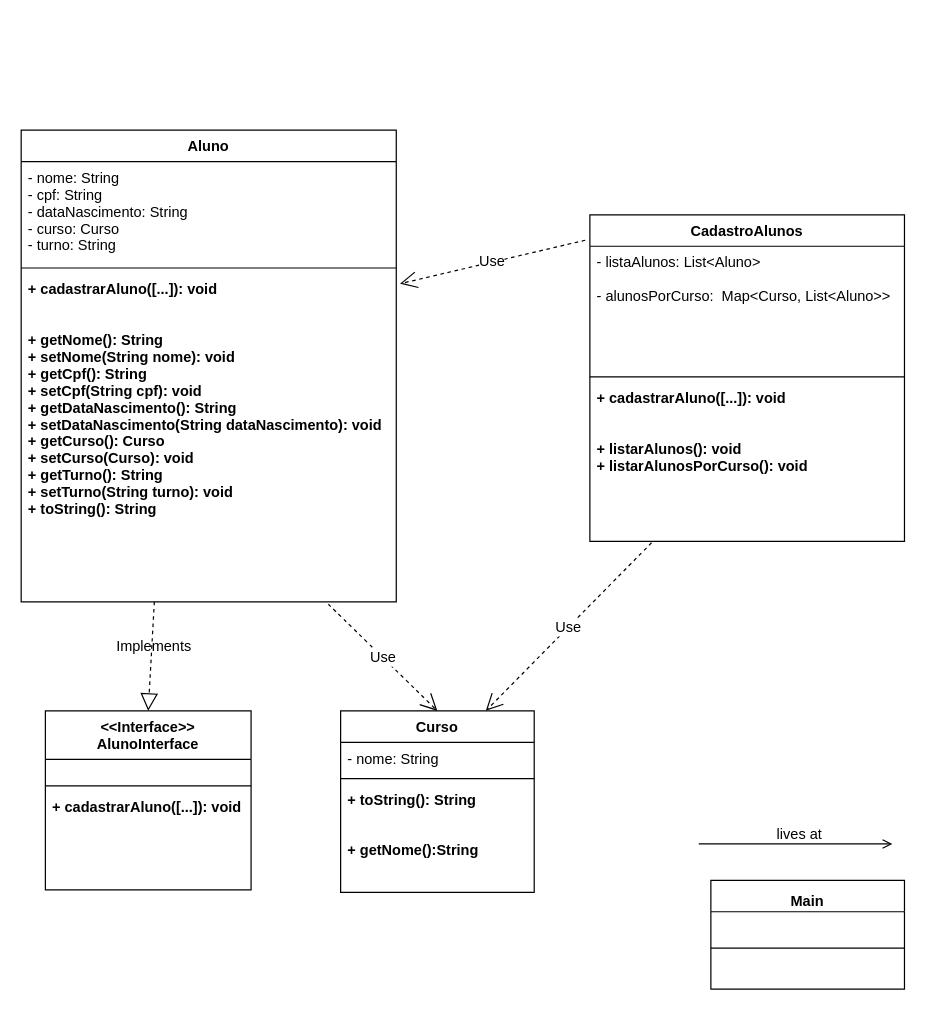
The draw.io diagram Untitled Diagram.drawio in Ju300/teste, before the edit. Source tidied: cells renumbered, new cells numbered last; positions are measured from the earlier drawing's top-left corner, leaving out a move shared by most shapes. Both pictures are drawn from the tidied source at 121%, with x=0, y=0 at pixel (21, 129).
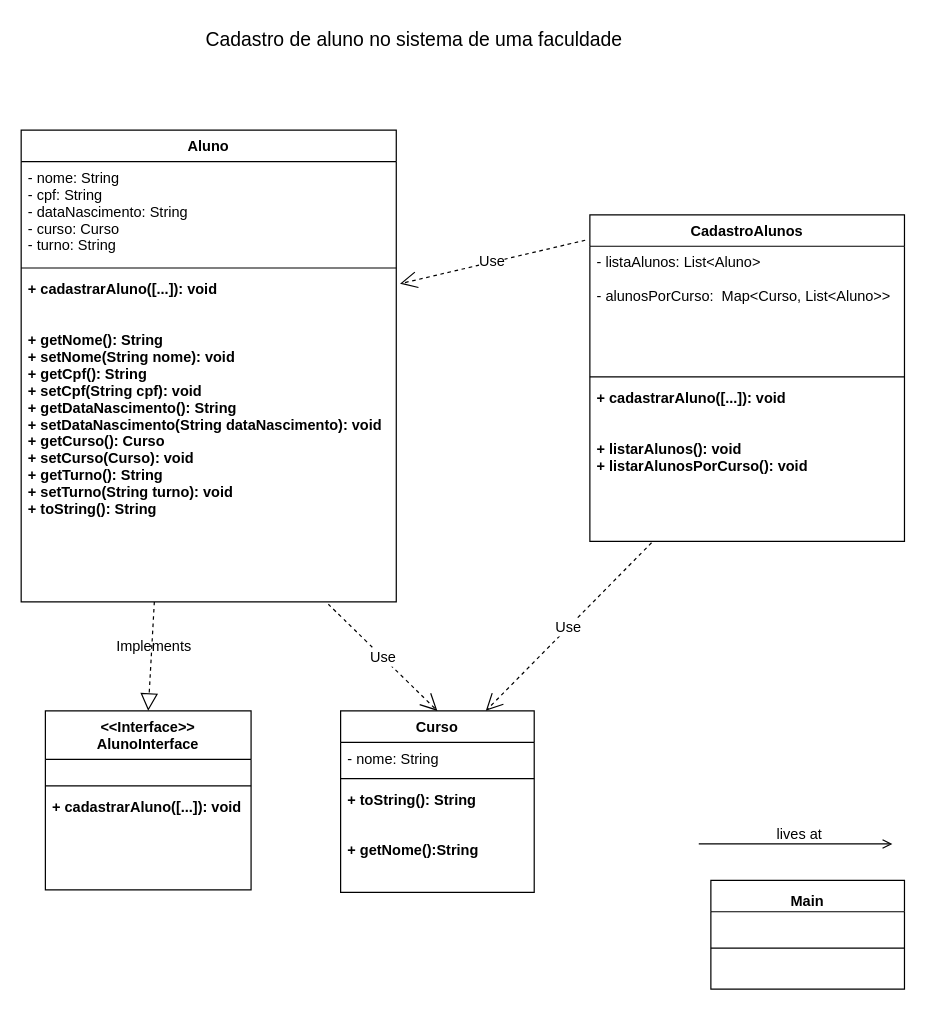
The same diagram, later.

What changed in the source:
```diff
@@
+    <mxCell id="29" value="Cadastro de aluno no sistema de uma faculdade" style="text;strokeColor=none;fillColor=none;html=1;align=center;verticalAlign=middle;whiteSpace=wrap;rounded=0;fontSize=16;" parent="1" vertex="1">
+      <mxGeometry x="110" y="-90" width="430" height="30" as="geometry" />
+    </mxCell>
```
